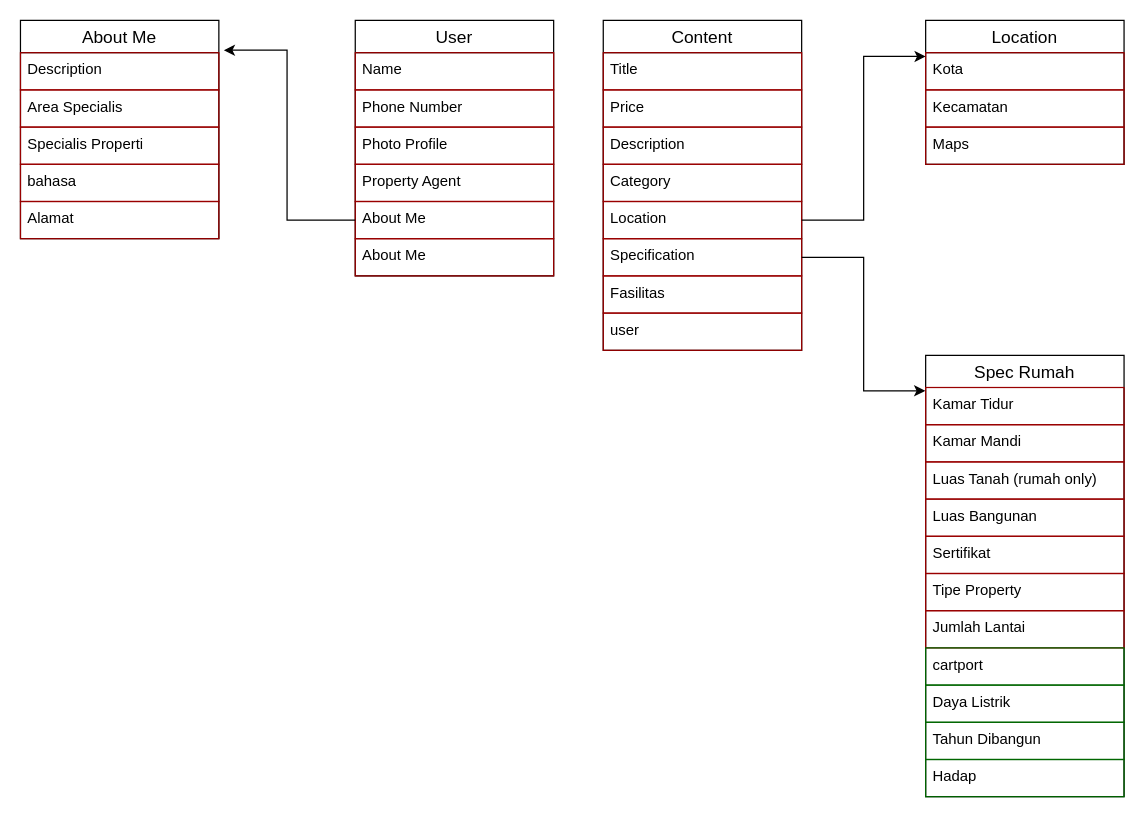
ignaways/website-rumah keeps this draw.io diagram as rumah 123.drawio. Above is the earlier version. Source tidied: cells renumbered, new cells numbered last; positions are measured from the earlier drawing's top-left corner, leaving out a move shared by most shapes. Both pictures are drawn from the tidied source at 124%, with x=0, y=0 at pixel (20, 20).
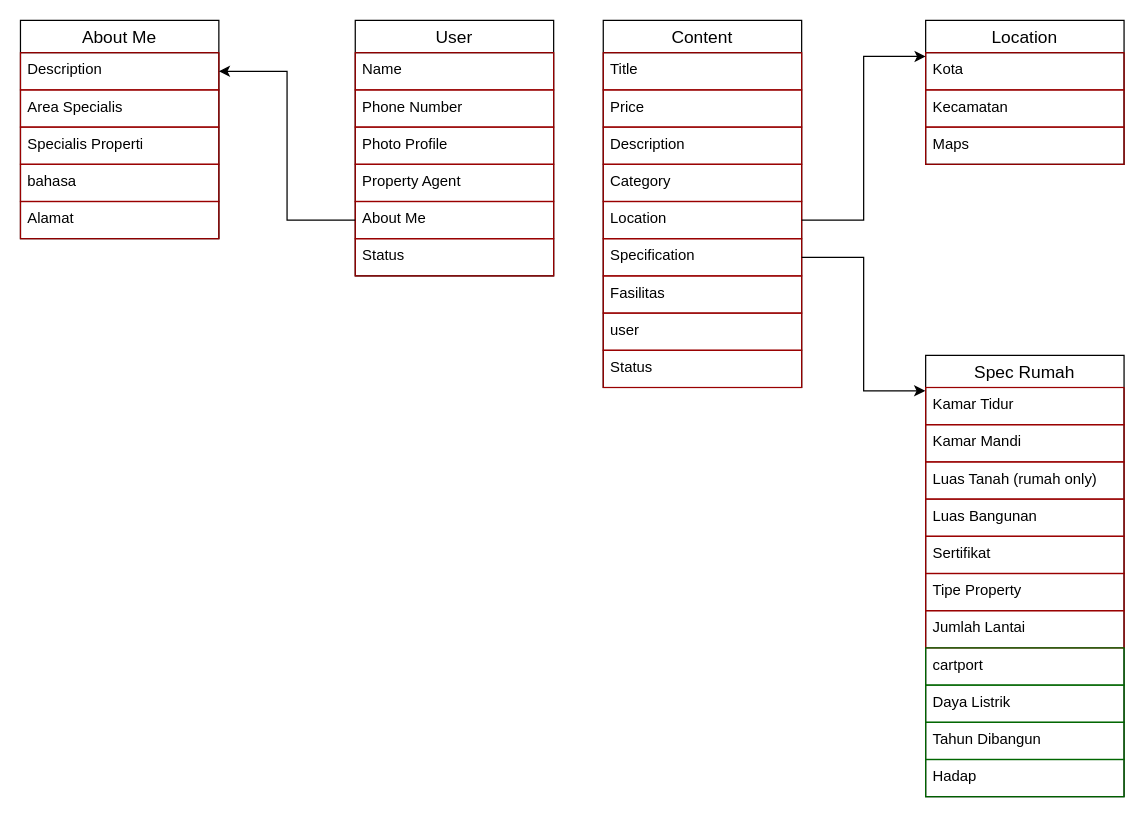
The same page after the edit.

Unchanged cells that the change refers to:
```xml
<mxCell id="24" value="User" style="swimlane;fontStyle=0;horizontal=1;startSize=26;align=center;fontSize=14;" parent="1" vertex="1">
  <mxGeometry x="270" width="160" height="206" as="geometry" />
</mxCell>
<mxCell id="29" value="About Me" style="text;strokeColor=#990000;fillColor=none;spacingLeft=4;spacingRight=4;overflow=hidden;points=[[0,0.5],[1,0.5]];portConstraint=eastwest;fontSize=12;" parent="24" vertex="1">
  <mxGeometry y="146" width="160" height="30" as="geometry" />
</mxCell>
<mxCell id="37" value="Description" style="text;strokeColor=#990000;fillColor=none;spacingLeft=4;spacingRight=4;overflow=hidden;points=[[0,0.5],[1,0.5]];portConstraint=eastwest;fontSize=12;" parent="36" vertex="1">
  <mxGeometry y="26" width="160" height="30" as="geometry" />
</mxCell>
```

Change to the diagram source:
```diff
@@
     <mxCell id="2" value="Content" style="swimlane;fontStyle=0;horizontal=1;startSize=26;align=center;fontSize=14;" parent="1" vertex="1">
-      <mxGeometry x="470" width="160" height="266" as="geometry" />
+      <mxGeometry x="470" width="160" height="296" as="geometry" />
     </mxCell>
@@
+    <mxCell id="43" value="Status" style="text;strokeColor=#990000;fillColor=none;spacingLeft=4;spacingRight=4;overflow=hidden;fontSize=12;" parent="2" vertex="1">
+      <mxGeometry y="266" width="160" height="30" as="geometry" />
+    </mxCell>
@@
-    <mxCell id="30" value="About Me" style="text;strokeColor=#990000;fillColor=none;spacingLeft=4;spacingRight=4;overflow=hidden;fontSize=12;" parent="24" vertex="1">
+    <mxCell id="30" value="Status" style="text;strokeColor=#990000;fillColor=none;spacingLeft=4;spacingRight=4;overflow=hidden;fontSize=12;" parent="24" vertex="1">
       <mxGeometry y="176" width="160" height="30" as="geometry" />
     </mxCell>
@@
-    <mxCell id="42" style="edgeStyle=orthogonalEdgeStyle;rounded=0;jettySize=auto;html=1;entryX=1.025;entryY=-0.067;entryDx=0;entryDy=0;entryPerimeter=0;" parent="1" edge="1" source="29" target="37">
+    <mxCell id="42" style="edgeStyle=orthogonalEdgeStyle;rounded=0;jettySize=auto;html=1;entryX=1;entryY=0.5;entryDx=0;entryDy=0;" parent="1" edge="1" source="29" target="37">
       <mxGeometry relative="1" as="geometry" />
     </mxCell>
```
